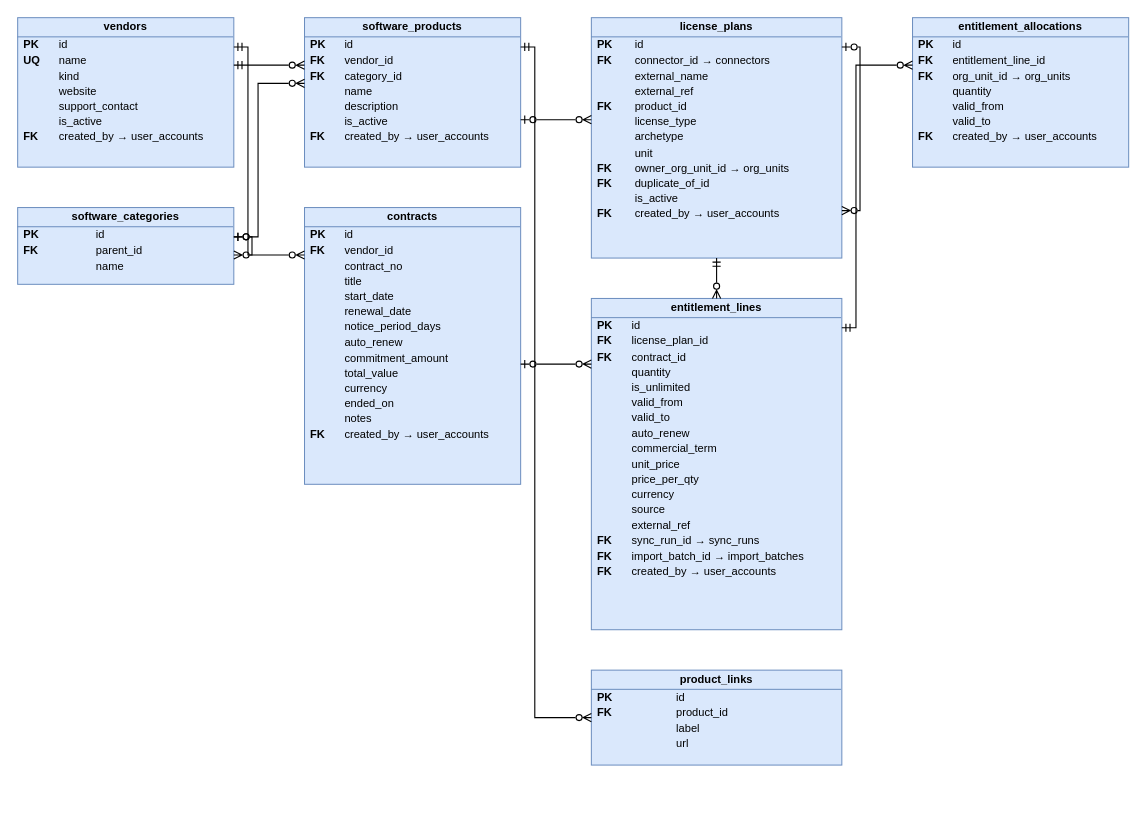
This is docs/database/diagrams/erd_license_catalog.drawio from cuonglpv/VFast, a draw.io file, before an edit. Source tidied: cells renumbered, new cells numbered last; positions are measured from the earlier drawing's top-left corner, leaving out a move shared by most shapes. Both pictures are drawn from the tidied source at 101%, with x=0, y=0 at pixel (17, 17).
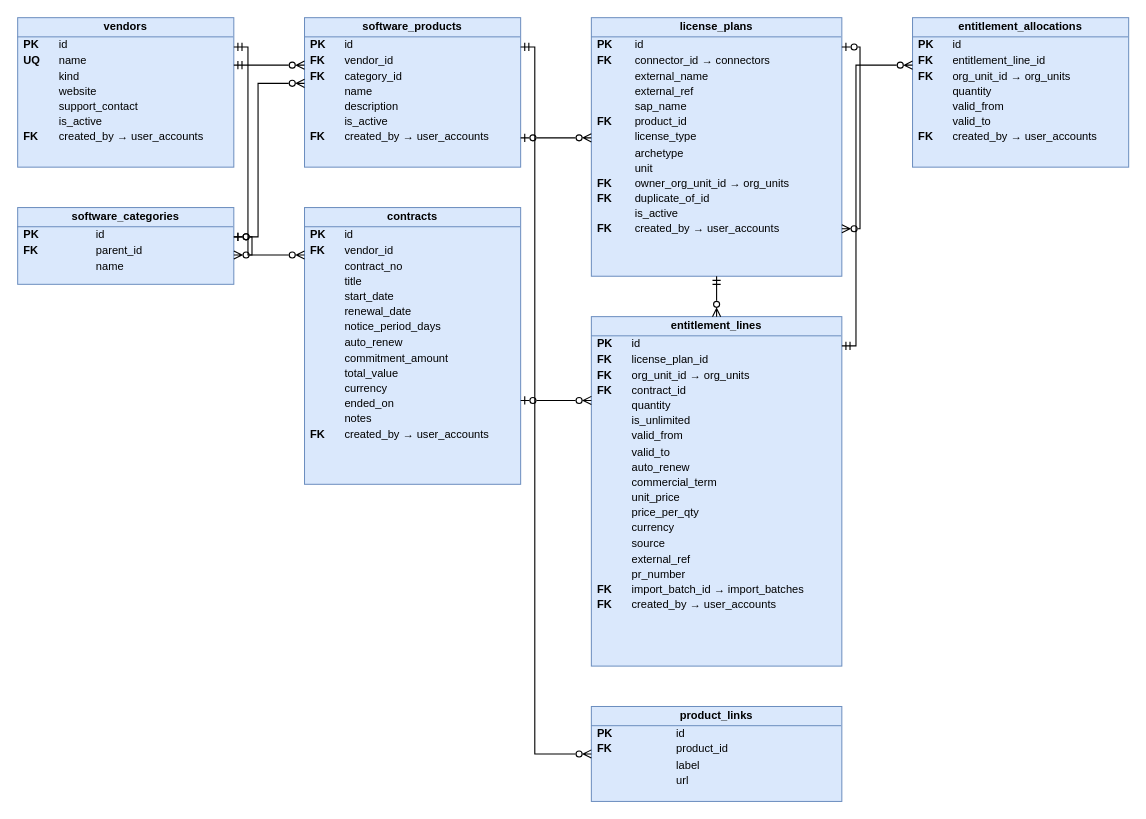
The same diagram, later.

What changed in the source:
```diff
@@
-    <mxCell id="6" value="&lt;div style=&quot;font-weight:bold;text-align:center;padding:3px 0;border-bottom:1px solid #6C8EBF;&quot;&gt;license_plans&lt;/div&gt;&lt;table style=&quot;width:100%;font-size:11px;border-collapse:collapse;&quot;&gt;&lt;tr&gt;&lt;td style=&quot;padding:1px 8px 1px 6px;&quot;&gt;&lt;b&gt;PK&lt;/b&gt;&lt;/td&gt;&lt;td style=&quot;padding:1px 6px;&quot;&gt;id&lt;/td&gt;&lt;/tr&gt;&lt;tr&gt;&lt;td style=&quot;padding:1px 8px 1px 6px;&quot;&gt;&lt;b&gt;FK&lt;/b&gt;&lt;/td&gt;&lt;td style=&quot;padding:1px 6px;&quot;&gt;connector_id → connectors&lt;/td&gt;&lt;/tr&gt;&lt;tr&gt;&lt;td style=&quot;padding:1px 8px 1px 6px;&quot;&gt;&lt;b&gt;&lt;/b&gt;&lt;/td&gt;&lt;td style=&quot;padding:1px 6px;&quot;&gt;external_name&lt;/td&gt;&lt;/tr&gt;&lt;tr&gt;&lt;td style=&quot;padding:1px 8px 1px 6px;&quot;&gt;&lt;b&gt;&lt;/b&gt;&lt;/td&gt;&lt;td style=&quot;padding:1px 6px;&quot;&gt;external_ref&lt;/td&gt;&lt;/tr&gt;&lt;tr&gt;&lt;td style=&quot;padding:1px 8px 1px 6px;&quot;&gt;&lt;b&gt;FK&lt;/b&gt;&lt;/td&gt;&lt;td style=&quot;padding:1px 6px;&quot;&gt;product_id&lt;/td&gt;&lt;/tr&gt;&lt;tr&gt;&lt;td style=&quot;padding:1px 8px 1px 6px;&quot;&gt;&lt;b&gt;&lt;/b&gt;&lt;/td&gt;&lt;td style=&quot;padding:1px 6px;&quot;&gt;license_type&lt;/td&gt;&lt;/tr&gt;&lt;tr&gt;&lt;td style=&quot;padding:1px 8px 1px 6px;&quot;&gt;&lt;b&gt;&lt;/b&gt;&lt;/td&gt;&lt;td style=&quot;padding:1px 6px;&quot;&gt;archetype&lt;/td&gt;&lt;/tr&gt;&lt;tr&gt;&lt;td style=&quot;padding:1px 8px 1px 6px;&quot;&gt;&lt;b&gt;&lt;/b&gt;&lt;/td&gt;&lt;td style=&quot;padding:1px 6px;&quot;&gt;unit&lt;/td&gt;&lt;/tr&gt;&lt;tr&gt;&lt;td style=&quot;padding:1px 8px 1px 6px;&quot;&gt;&lt;b&gt;FK&lt;/b&gt;&lt;/td&gt;&lt;td style=&quot;padding:1px 6px;&quot;&gt;owner_org_unit_id → org_units&lt;/td&gt;&lt;/tr&gt;&lt;tr&gt;&lt;td style=&quot;padding:1px 8px 1px 6px;&quot;&gt;&lt;b&gt;FK&lt;/b&gt;&lt;/td&gt;&lt;td style=&quot;padding:1px 6px;&quot;&gt;duplicate_of_id&lt;/td&gt;&lt;/tr&gt;&lt;tr&gt;&lt;td style=&quot;padding:1px 8px 1px 6px;&quot;&gt;&lt;b&gt;&lt;/b&gt;&lt;/td&gt;&lt;td style=&quot;padding:1px 6px;&quot;&gt;is_active&lt;/td&gt;&lt;/tr&gt;&lt;tr&gt;&lt;td style=&quot;padding:1px 8px 1px 6px;&quot;&gt;&lt;b&gt;FK&lt;/b&gt;&lt;/td&gt;&lt;td style=&quot;padding:1px 6px;&quot;&gt;created_by → user_accounts&lt;/td&gt;&lt;/tr&gt;&lt;/table&gt;" style="rounded=0;whiteSpace=wrap;html=1;verticalAlign=top;align=left;spacing=0;overflow=fill;fillColor=#DAE8FC;strokeColor=#6C8EBF;fontSize=11;" parent="1" vertex="1">
-      <mxGeometry x="568" width="248" height="238" as="geometry" />
+    <mxCell id="6" value="&lt;div style=&quot;font-weight:bold;text-align:center;padding:3px 0;border-bottom:1px solid #6C8EBF;&quot;&gt;license_plans&lt;/div&gt;&lt;table style=&quot;width:100%;font-size:11px;border-collapse:collapse;&quot;&gt;&lt;tr&gt;&lt;td style=&quot;padding:1px 8px 1px 6px;&quot;&gt;&lt;b&gt;PK&lt;/b&gt;&lt;/td&gt;&lt;td style=&quot;padding:1px 6px;&quot;&gt;id&lt;/td&gt;&lt;/tr&gt;&lt;tr&gt;&lt;td style=&quot;padding:1px 8px 1px 6px;&quot;&gt;&lt;b&gt;FK&lt;/b&gt;&lt;/td&gt;&lt;td style=&quot;padding:1px 6px;&quot;&gt;connector_id → connectors&lt;/td&gt;&lt;/tr&gt;&lt;tr&gt;&lt;td style=&quot;padding:1px 8px 1px 6px;&quot;&gt;&lt;b&gt;&lt;/b&gt;&lt;/td&gt;&lt;td style=&quot;padding:1px 6px;&quot;&gt;external_name&lt;/td&gt;&lt;/tr&gt;&lt;tr&gt;&lt;td style=&quot;padding:1px 8px 1px 6px;&quot;&gt;&lt;b&gt;&lt;/b&gt;&lt;/td&gt;&lt;td style=&quot;padding:1px 6px;&quot;&gt;external_ref&lt;/td&gt;&lt;/tr&gt;&lt;tr&gt;&lt;td style=&quot;padding:1px 8px 1px 6px;&quot;&gt;&lt;b&gt;&lt;/b&gt;&lt;/td&gt;&lt;td style=&quot;padding:1px 6px;&quot;&gt;sap_name&lt;/td&gt;&lt;/tr&gt;&lt;tr&gt;&lt;td style=&quot;padding:1px 8px 1px 6px;&quot;&gt;&lt;b&gt;FK&lt;/b&gt;&lt;/td&gt;&lt;td style=&quot;padding:1px 6px;&quot;&gt;product_id&lt;/td&gt;&lt;/tr&gt;&lt;tr&gt;&lt;td style=&quot;padding:1px 8px 1px 6px;&quot;&gt;&lt;b&gt;&lt;/b&gt;&lt;/td&gt;&lt;td style=&quot;padding:1px 6px;&quot;&gt;license_type&lt;/td&gt;&lt;/tr&gt;&lt;tr&gt;&lt;td style=&quot;padding:1px 8px 1px 6px;&quot;&gt;&lt;b&gt;&lt;/b&gt;&lt;/td&gt;&lt;td style=&quot;padding:1px 6px;&quot;&gt;archetype&lt;/td&gt;&lt;/tr&gt;&lt;tr&gt;&lt;td style=&quot;padding:1px 8px 1px 6px;&quot;&gt;&lt;b&gt;&lt;/b&gt;&lt;/td&gt;&lt;td style=&quot;padding:1px 6px;&quot;&gt;unit&lt;/td&gt;&lt;/tr&gt;&lt;tr&gt;&lt;td style=&quot;padding:1px 8px 1px 6px;&quot;&gt;&lt;b&gt;FK&lt;/b&gt;&lt;/td&gt;&lt;td style=&quot;padding:1px 6px;&quot;&gt;owner_org_unit_id → org_units&lt;/td&gt;&lt;/tr&gt;&lt;tr&gt;&lt;td style=&quot;padding:1px 8px 1px 6px;&quot;&gt;&lt;b&gt;FK&lt;/b&gt;&lt;/td&gt;&lt;td style=&quot;padding:1px 6px;&quot;&gt;duplicate_of_id&lt;/td&gt;&lt;/tr&gt;&lt;tr&gt;&lt;td style=&quot;padding:1px 8px 1px 6px;&quot;&gt;&lt;b&gt;&lt;/b&gt;&lt;/td&gt;&lt;td style=&quot;padding:1px 6px;&quot;&gt;is_active&lt;/td&gt;&lt;/tr&gt;&lt;tr&gt;&lt;td style=&quot;padding:1px 8px 1px 6px;&quot;&gt;&lt;b&gt;FK&lt;/b&gt;&lt;/td&gt;&lt;td style=&quot;padding:1px 6px;&quot;&gt;created_by → user_accounts&lt;/td&gt;&lt;/tr&gt;&lt;/table&gt;" style="rounded=0;whiteSpace=wrap;html=1;verticalAlign=top;align=left;spacing=0;overflow=fill;fillColor=#DAE8FC;strokeColor=#6C8EBF;fontSize=11;" parent="1" vertex="1">
+      <mxGeometry x="568" width="248" height="256" as="geometry" />
     </mxCell>
-    <mxCell id="7" value="&lt;div style=&quot;font-weight:bold;text-align:center;padding:3px 0;border-bottom:1px solid #6C8EBF;&quot;&gt;entitlement_lines&lt;/div&gt;&lt;table style=&quot;width:100%;font-size:11px;border-collapse:collapse;&quot;&gt;&lt;tr&gt;&lt;td style=&quot;padding:1px 8px 1px 6px;&quot;&gt;&lt;b&gt;PK&lt;/b&gt;&lt;/td&gt;&lt;td style=&quot;padding:1px 6px;&quot;&gt;id&lt;/td&gt;&lt;/tr&gt;&lt;tr&gt;&lt;td style=&quot;padding:1px 8px 1px 6px;&quot;&gt;&lt;b&gt;FK&lt;/b&gt;&lt;/td&gt;&lt;td style=&quot;padding:1px 6px;&quot;&gt;license_plan_id&lt;/td&gt;&lt;/tr&gt;&lt;tr&gt;&lt;td style=&quot;padding:1px 8px 1px 6px;&quot;&gt;&lt;b&gt;FK&lt;/b&gt;&lt;/td&gt;&lt;td style=&quot;padding:1px 6px;&quot;&gt;contract_id&lt;/td&gt;&lt;/tr&gt;&lt;tr&gt;&lt;td style=&quot;padding:1px 8px 1px 6px;&quot;&gt;&lt;b&gt;&lt;/b&gt;&lt;/td&gt;&lt;td style=&quot;padding:1px 6px;&quot;&gt;quantity&lt;/td&gt;&lt;/tr&gt;&lt;tr&gt;&lt;td style=&quot;padding:1px 8px 1px 6px;&quot;&gt;&lt;b&gt;&lt;/b&gt;&lt;/td&gt;&lt;td style=&quot;padding:1px 6px;&quot;&gt;is_unlimited&lt;/td&gt;&lt;/tr&gt;&lt;tr&gt;&lt;td style=&quot;padding:1px 8px 1px 6px;&quot;&gt;&lt;b&gt;&lt;/b&gt;&lt;/td&gt;&lt;td style=&quot;padding:1px 6px;&quot;&gt;valid_from&lt;/td&gt;&lt;/tr&gt;&lt;tr&gt;&lt;td style=&quot;padding:1px 8px 1px 6px;&quot;&gt;&lt;b&gt;&lt;/b&gt;&lt;/td&gt;&lt;td style=&quot;padding:1px 6px;&quot;&gt;valid_to&lt;/td&gt;&lt;/tr&gt;&lt;tr&gt;&lt;td style=&quot;padding:1px 8px 1px 6px;&quot;&gt;&lt;b&gt;&lt;/b&gt;&lt;/td&gt;&lt;td style=&quot;padding:1px 6px;&quot;&gt;auto_renew&lt;/td&gt;&lt;/tr&gt;&lt;tr&gt;&lt;td style=&quot;padding:1px 8px 1px 6px;&quot;&gt;&lt;b&gt;&lt;/b&gt;&lt;/td&gt;&lt;td style=&quot;padding:1px 6px;&quot;&gt;commercial_term&lt;/td&gt;&lt;/tr&gt;&lt;tr&gt;&lt;td style=&quot;padding:1px 8px 1px 6px;&quot;&gt;&lt;b&gt;&lt;/b&gt;&lt;/td&gt;&lt;td style=&quot;padding:1px 6px;&quot;&gt;unit_price&lt;/td&gt;&lt;/tr&gt;&lt;tr&gt;&lt;td style=&quot;padding:1px 8px 1px 6px;&quot;&gt;&lt;b&gt;&lt;/b&gt;&lt;/td&gt;&lt;td style=&quot;padding:1px 6px;&quot;&gt;price_per_qty&lt;/td&gt;&lt;/tr&gt;&lt;tr&gt;&lt;td style=&quot;padding:1px 8px 1px 6px;&quot;&gt;&lt;b&gt;&lt;/b&gt;&lt;/td&gt;&lt;td style=&quot;padding:1px 6px;&quot;&gt;currency&lt;/td&gt;&lt;/tr&gt;&lt;tr&gt;&lt;td style=&quot;padding:1px 8px 1px 6px;&quot;&gt;&lt;b&gt;&lt;/b&gt;&lt;/td&gt;&lt;td style=&quot;padding:1px 6px;&quot;&gt;source&lt;/td&gt;&lt;/tr&gt;&lt;tr&gt;&lt;td style=&quot;padding:1px 8px 1px 6px;&quot;&gt;&lt;b&gt;&lt;/b&gt;&lt;/td&gt;&lt;td style=&quot;padding:1px 6px;&quot;&gt;external_ref&lt;/td&gt;&lt;/tr&gt;&lt;tr&gt;&lt;td style=&quot;padding:1px 8px 1px 6px;&quot;&gt;&lt;b&gt;FK&lt;/b&gt;&lt;/td&gt;&lt;td style=&quot;padding:1px 6px;&quot;&gt;sync_run_id → sync_runs&lt;/td&gt;&lt;/tr&gt;&lt;tr&gt;&lt;td style=&quot;padding:1px 8px 1px 6px;&quot;&gt;&lt;b&gt;FK&lt;/b&gt;&lt;/td&gt;&lt;td style=&quot;padding:1px 6px;&quot;&gt;import_batch_id → import_batches&lt;/td&gt;&lt;/tr&gt;&lt;tr&gt;&lt;td style=&quot;padding:1px 8px 1px 6px;&quot;&gt;&lt;b&gt;FK&lt;/b&gt;&lt;/td&gt;&lt;td style=&quot;padding:1px 6px;&quot;&gt;created_by → user_accounts&lt;/td&gt;&lt;/tr&gt;&lt;/table&gt;" style="rounded=0;whiteSpace=wrap;html=1;verticalAlign=top;align=left;spacing=0;overflow=fill;fillColor=#DAE8FC;strokeColor=#6C8EBF;fontSize=11;" parent="1" vertex="1">
-      <mxGeometry x="568" y="278" width="248" height="328" as="geometry" />
+    <mxCell id="7" value="&lt;div style=&quot;font-weight:bold;text-align:center;padding:3px 0;border-bottom:1px solid #6C8EBF;&quot;&gt;entitlement_lines&lt;/div&gt;&lt;table style=&quot;width:100%;font-size:11px;border-collapse:collapse;&quot;&gt;&lt;tr&gt;&lt;td style=&quot;padding:1px 8px 1px 6px;&quot;&gt;&lt;b&gt;PK&lt;/b&gt;&lt;/td&gt;&lt;td style=&quot;padding:1px 6px;&quot;&gt;id&lt;/td&gt;&lt;/tr&gt;&lt;tr&gt;&lt;td style=&quot;padding:1px 8px 1px 6px;&quot;&gt;&lt;b&gt;FK&lt;/b&gt;&lt;/td&gt;&lt;td style=&quot;padding:1px 6px;&quot;&gt;license_plan_id&lt;/td&gt;&lt;/tr&gt;&lt;tr&gt;&lt;td style=&quot;padding:1px 8px 1px 6px;&quot;&gt;&lt;b&gt;FK&lt;/b&gt;&lt;/td&gt;&lt;td style=&quot;padding:1px 6px;&quot;&gt;org_unit_id → org_units&lt;/td&gt;&lt;/tr&gt;&lt;tr&gt;&lt;td style=&quot;padding:1px 8px 1px 6px;&quot;&gt;&lt;b&gt;FK&lt;/b&gt;&lt;/td&gt;&lt;td style=&quot;padding:1px 6px;&quot;&gt;contract_id&lt;/td&gt;&lt;/tr&gt;&lt;tr&gt;&lt;td style=&quot;padding:1px 8px 1px 6px;&quot;&gt;&lt;b&gt;&lt;/b&gt;&lt;/td&gt;&lt;td style=&quot;padding:1px 6px;&quot;&gt;quantity&lt;/td&gt;&lt;/tr&gt;&lt;tr&gt;&lt;td style=&quot;padding:1px 8px 1px 6px;&quot;&gt;&lt;b&gt;&lt;/b&gt;&lt;/td&gt;&lt;td style=&quot;padding:1px 6px;&quot;&gt;is_unlimited&lt;/td&gt;&lt;/tr&gt;&lt;tr&gt;&lt;td style=&quot;padding:1px 8px 1px 6px;&quot;&gt;&lt;b&gt;&lt;/b&gt;&lt;/td&gt;&lt;td style=&quot;padding:1px 6px;&quot;&gt;valid_from&lt;/td&gt;&lt;/tr&gt;&lt;tr&gt;&lt;td style=&quot;padding:1px 8px 1px 6px;&quot;&gt;&lt;b&gt;&lt;/b&gt;&lt;/td&gt;&lt;td style=&quot;padding:1px 6px;&quot;&gt;valid_to&lt;/td&gt;&lt;/tr&gt;&lt;tr&gt;&lt;td style=&quot;padding:1px 8px 1px 6px;&quot;&gt;&lt;b&gt;&lt;/b&gt;&lt;/td&gt;&lt;td style=&quot;padding:1px 6px;&quot;&gt;auto_renew&lt;/td&gt;&lt;/tr&gt;&lt;tr&gt;&lt;td style=&quot;padding:1px 8px 1px 6px;&quot;&gt;&lt;b&gt;&lt;/b&gt;&lt;/td&gt;&lt;td style=&quot;padding:1px 6px;&quot;&gt;commercial_term&lt;/td&gt;&lt;/tr&gt;&lt;tr&gt;&lt;td style=&quot;padding:1px 8px 1px 6px;&quot;&gt;&lt;b&gt;&lt;/b&gt;&lt;/td&gt;&lt;td style=&quot;padding:1px 6px;&quot;&gt;unit_price&lt;/td&gt;&lt;/tr&gt;&lt;tr&gt;&lt;td style=&quot;padding:1px 8px 1px 6px;&quot;&gt;&lt;b&gt;&lt;/b&gt;&lt;/td&gt;&lt;td style=&quot;padding:1px 6px;&quot;&gt;price_per_qty&lt;/td&gt;&lt;/tr&gt;&lt;tr&gt;&lt;td style=&quot;padding:1px 8px 1px 6px;&quot;&gt;&lt;b&gt;&lt;/b&gt;&lt;/td&gt;&lt;td style=&quot;padding:1px 6px;&quot;&gt;currency&lt;/td&gt;&lt;/tr&gt;&lt;tr&gt;&lt;td style=&quot;padding:1px 8px 1px 6px;&quot;&gt;&lt;b&gt;&lt;/b&gt;&lt;/td&gt;&lt;td style=&quot;padding:1px 6px;&quot;&gt;source&lt;/td&gt;&lt;/tr&gt;&lt;tr&gt;&lt;td style=&quot;padding:1px 8px 1px 6px;&quot;&gt;&lt;b&gt;&lt;/b&gt;&lt;/td&gt;&lt;td style=&quot;padding:1px 6px;&quot;&gt;external_ref&lt;/td&gt;&lt;/tr&gt;&lt;tr&gt;&lt;td style=&quot;padding:1px 8px 1px 6px;&quot;&gt;&lt;b&gt;&lt;/b&gt;&lt;/td&gt;&lt;td style=&quot;padding:1px 6px;&quot;&gt;pr_number&lt;/td&gt;&lt;/tr&gt;&lt;tr&gt;&lt;td style=&quot;padding:1px 8px 1px 6px;&quot;&gt;&lt;b&gt;FK&lt;/b&gt;&lt;/td&gt;&lt;td style=&quot;padding:1px 6px;&quot;&gt;import_batch_id → import_batches&lt;/td&gt;&lt;/tr&gt;&lt;tr&gt;&lt;td style=&quot;padding:1px 8px 1px 6px;&quot;&gt;&lt;b&gt;FK&lt;/b&gt;&lt;/td&gt;&lt;td style=&quot;padding:1px 6px;&quot;&gt;created_by → user_accounts&lt;/td&gt;&lt;/tr&gt;&lt;/table&gt;" style="rounded=0;whiteSpace=wrap;html=1;verticalAlign=top;align=left;spacing=0;overflow=fill;fillColor=#DAE8FC;strokeColor=#6C8EBF;fontSize=11;" parent="1" vertex="1">
+      <mxGeometry x="568" y="296" width="248" height="346" as="geometry" />
     </mxCell>
     <mxCell id="8" value="&lt;div style=&quot;font-weight:bold;text-align:center;padding:3px 0;border-bottom:1px solid #6C8EBF;&quot;&gt;product_links&lt;/div&gt;&lt;table style=&quot;width:100%;font-size:11px;border-collapse:collapse;&quot;&gt;&lt;tr&gt;&lt;td style=&quot;padding:1px 8px 1px 6px;&quot;&gt;&lt;b&gt;PK&lt;/b&gt;&lt;/td&gt;&lt;td style=&quot;padding:1px 6px;&quot;&gt;id&lt;/td&gt;&lt;/tr&gt;&lt;tr&gt;&lt;td style=&quot;padding:1px 8px 1px 6px;&quot;&gt;&lt;b&gt;FK&lt;/b&gt;&lt;/td&gt;&lt;td style=&quot;padding:1px 6px;&quot;&gt;product_id&lt;/td&gt;&lt;/tr&gt;&lt;tr&gt;&lt;td style=&quot;padding:1px 8px 1px 6px;&quot;&gt;&lt;b&gt;&lt;/b&gt;&lt;/td&gt;&lt;td style=&quot;padding:1px 6px;&quot;&gt;label&lt;/td&gt;&lt;/tr&gt;&lt;tr&gt;&lt;td style=&quot;padding:1px 8px 1px 6px;&quot;&gt;&lt;b&gt;&lt;/b&gt;&lt;/td&gt;&lt;td style=&quot;padding:1px 6px;&quot;&gt;url&lt;/td&gt;&lt;/tr&gt;&lt;/table&gt;" style="rounded=0;whiteSpace=wrap;html=1;verticalAlign=top;align=left;spacing=0;overflow=fill;fillColor=#DAE8FC;strokeColor=#6C8EBF;fontSize=11;" parent="1" vertex="1">
-      <mxGeometry x="568" y="646" width="248" height="94" as="geometry" />
+      <mxGeometry x="568" y="682" width="248" height="94" as="geometry" />
     </mxCell>
@@
     <mxCell id="10" style="html=1;rounded=0;endArrow=ERzeroToMany;endFill=0;startArrow=ERmandOne;startFill=0;strokeColor=#000000;strokeWidth=1.1;" parent="1" edge="1">
       <mxGeometry relative="1" as="geometry">
-        <mxPoint x="214" y="29" as="sourcePoint" />
-        <mxPoint x="284" y="235" as="targetPoint" />
-        <Array as="points">
-          <mxPoint x="228" y="29" />
-          <mxPoint x="228" y="235" />
-        </Array>
+        <mxPoint x="214" y="47" as="sourcePoint" />
+        <mxPoint x="284" y="47" as="targetPoint" />
       </mxGeometry>
     </mxCell>
     <mxCell id="11" style="html=1;rounded=0;endArrow=ERzeroToMany;endFill=0;startArrow=ERmandOne;startFill=0;strokeColor=#000000;strokeWidth=1.1;" parent="1" edge="1">
       <mxGeometry relative="1" as="geometry">
-        <mxPoint x="214" y="47" as="sourcePoint" />
-        <mxPoint x="284" y="47" as="targetPoint" />
+        <mxPoint x="214" y="29" as="sourcePoint" />
+        <mxPoint x="284" y="235" as="targetPoint" />
+        <Array as="points">
+          <mxPoint x="228" y="29" />
+          <mxPoint x="228" y="235" />
+        </Array>
       </mxGeometry>
     </mxCell>
@@
-    <mxCell id="14" style="html=1;rounded=0;endArrow=ERzeroToMany;endFill=0;startArrow=ERzeroToOne;startFill=0;strokeColor=#000000;strokeWidth=1.1;" parent="1" edge="1">
+    <mxCell id="14" style="html=1;rounded=0;endArrow=ERzeroToMany;endFill=0;startArrow=ERmandOne;startFill=0;strokeColor=#000000;strokeWidth=1.1;" parent="1" edge="1">
       <mxGeometry relative="1" as="geometry">
-        <mxPoint x="498" y="101" as="sourcePoint" />
-        <mxPoint x="568" y="101" as="targetPoint" />
+        <mxPoint x="498" y="29" as="sourcePoint" />
+        <mxPoint x="568" y="729" as="targetPoint" />
+        <Array as="points">
+          <mxPoint x="512" y="29" />
+          <mxPoint x="512" y="729" />
+        </Array>
       </mxGeometry>
     </mxCell>
-    <mxCell id="15" style="html=1;rounded=0;endArrow=ERzeroToMany;endFill=0;startArrow=ERmandOne;startFill=0;strokeColor=#000000;strokeWidth=1.1;" parent="1" edge="1">
+    <mxCell id="15" style="html=1;rounded=0;endArrow=ERzeroToMany;endFill=0;startArrow=ERzeroToOne;startFill=0;strokeColor=#000000;strokeWidth=1.1;" parent="1" edge="1">
       <mxGeometry relative="1" as="geometry">
-        <mxPoint x="498" y="29" as="sourcePoint" />
-        <mxPoint x="568" y="693" as="targetPoint" />
-        <Array as="points">
-          <mxPoint x="512" y="29" />
-          <mxPoint x="512" y="693" />
-        </Array>
+        <mxPoint x="498" y="119" as="sourcePoint" />
+        <mxPoint x="568" y="119" as="targetPoint" />
       </mxGeometry>
     </mxCell>
     <mxCell id="16" style="html=1;rounded=0;endArrow=ERzeroToMany;endFill=0;startArrow=ERzeroToOne;startFill=0;strokeColor=#000000;strokeWidth=1.1;" parent="1" edge="1">
       <mxGeometry relative="1" as="geometry">
-        <mxPoint x="498" y="343" as="sourcePoint" />
-        <mxPoint x="568" y="343" as="targetPoint" />
+        <mxPoint x="498" y="379" as="sourcePoint" />
+        <mxPoint x="568" y="379" as="targetPoint" />
       </mxGeometry>
     </mxCell>
     <mxCell id="17" style="html=1;rounded=0;endArrow=ERzeroToMany;endFill=0;startArrow=ERmandOne;startFill=0;strokeColor=#000000;strokeWidth=1.1;" parent="1" edge="1">
       <mxGeometry relative="1" as="geometry">
-        <mxPoint x="692" y="238" as="sourcePoint" />
-        <mxPoint x="692" y="278" as="targetPoint" />
+        <mxPoint x="692" y="256" as="sourcePoint" />
+        <mxPoint x="692" y="296" as="targetPoint" />
       </mxGeometry>
     </mxCell>
     <mxCell id="18" style="html=1;rounded=0;endArrow=ERzeroToMany;endFill=0;startArrow=ERzeroToOne;startFill=0;strokeColor=#000000;strokeWidth=1.1;" parent="1" edge="1">
       <mxGeometry relative="1" as="geometry">
         <mxPoint x="816" y="29" as="sourcePoint" />
-        <mxPoint x="816" y="191" as="targetPoint" />
+        <mxPoint x="816" y="209" as="targetPoint" />
         <Array as="points">
           <mxPoint x="834" y="29" />
-          <mxPoint x="834" y="191" />
+          <mxPoint x="834" y="209" />
         </Array>
       </mxGeometry>
     </mxCell>
     <mxCell id="19" style="html=1;rounded=0;endArrow=ERzeroToMany;endFill=0;startArrow=ERmandOne;startFill=0;strokeColor=#000000;strokeWidth=1.1;" parent="1" edge="1">
       <mxGeometry relative="1" as="geometry">
-        <mxPoint x="816" y="307" as="sourcePoint" />
+        <mxPoint x="816" y="325" as="sourcePoint" />
         <mxPoint x="886" y="47" as="targetPoint" />
         <Array as="points">
-          <mxPoint x="830" y="307" />
+          <mxPoint x="830" y="325" />
           <mxPoint x="830" y="47" />
         </Array>
       </mxGeometry>
     </mxCell>
```
